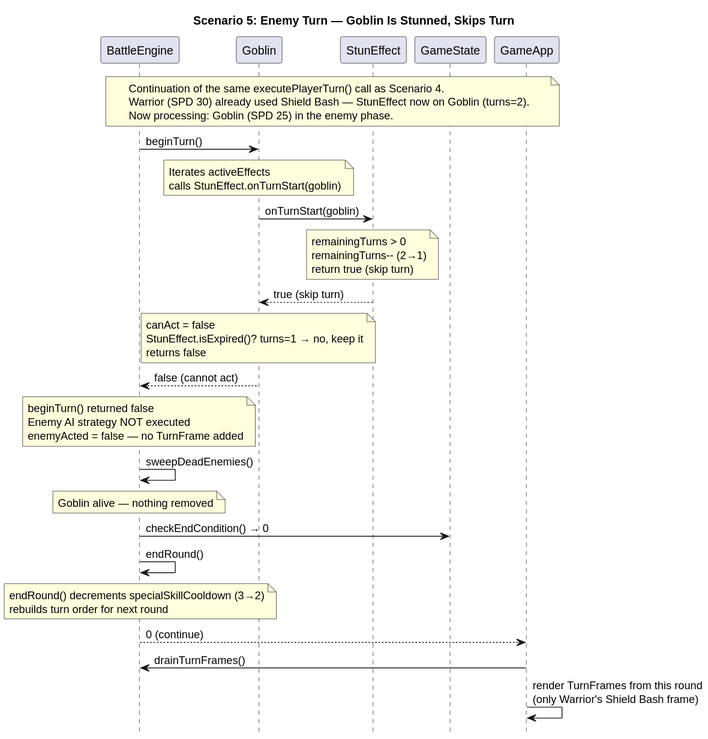
Earlier version of the PlantUML export newdiag/sequence/Sequence_5.svg (YongzhangLiu/sc2002-combat-arena). Source of this version:
```plantuml
@startuml
hide footbox
title Scenario 5: Enemy Turn — Goblin Is Stunned, Skips Turn

participant "BattleEngine" as Engine
participant "Goblin" as Goblin
participant "StunEffect" as Stun
participant "GameState" as State
participant "GameApp" as App

note over Engine, App
  Continuation of the same executePlayerTurn() call as Scenario 4.
  Warrior (SPD 30) already used Shield Bash — StunEffect now on Goblin (turns=2).
  Now processing: Goblin (SPD 25) in the enemy phase.
end note

Engine -> Goblin : beginTurn()
note over Goblin : Iterates activeEffects\ncalls StunEffect.onTurnStart(goblin)
Goblin -> Stun : onTurnStart(goblin)
note over Stun : remainingTurns > 0\nremainingTurns-- (2→1)\nreturn true (skip turn)
Stun --> Goblin : true (skip turn)
note over Goblin : canAct = false\nStunEffect.isExpired()? turns=1 → no, keep it\nreturns false
Goblin --> Engine : false (cannot act)

note over Engine : beginTurn() returned false\nEnemy AI strategy NOT executed\nenemyActed = false — no TurnFrame added

Engine -> Engine : sweepDeadEnemies()
note over Engine : Goblin alive — nothing removed

Engine -> State : checkEndCondition() → 0
Engine -> Engine : endRound()
note over Engine : endRound() decrements specialSkillCooldown (3→2)\nrebuilds turn order for next round

Engine --> App : 0 (continue)
App -> Engine : drainTurnFrames()
App -> App : render TurnFrames from this round\n(only Warrior's Shield Bash frame)
@enduml
```
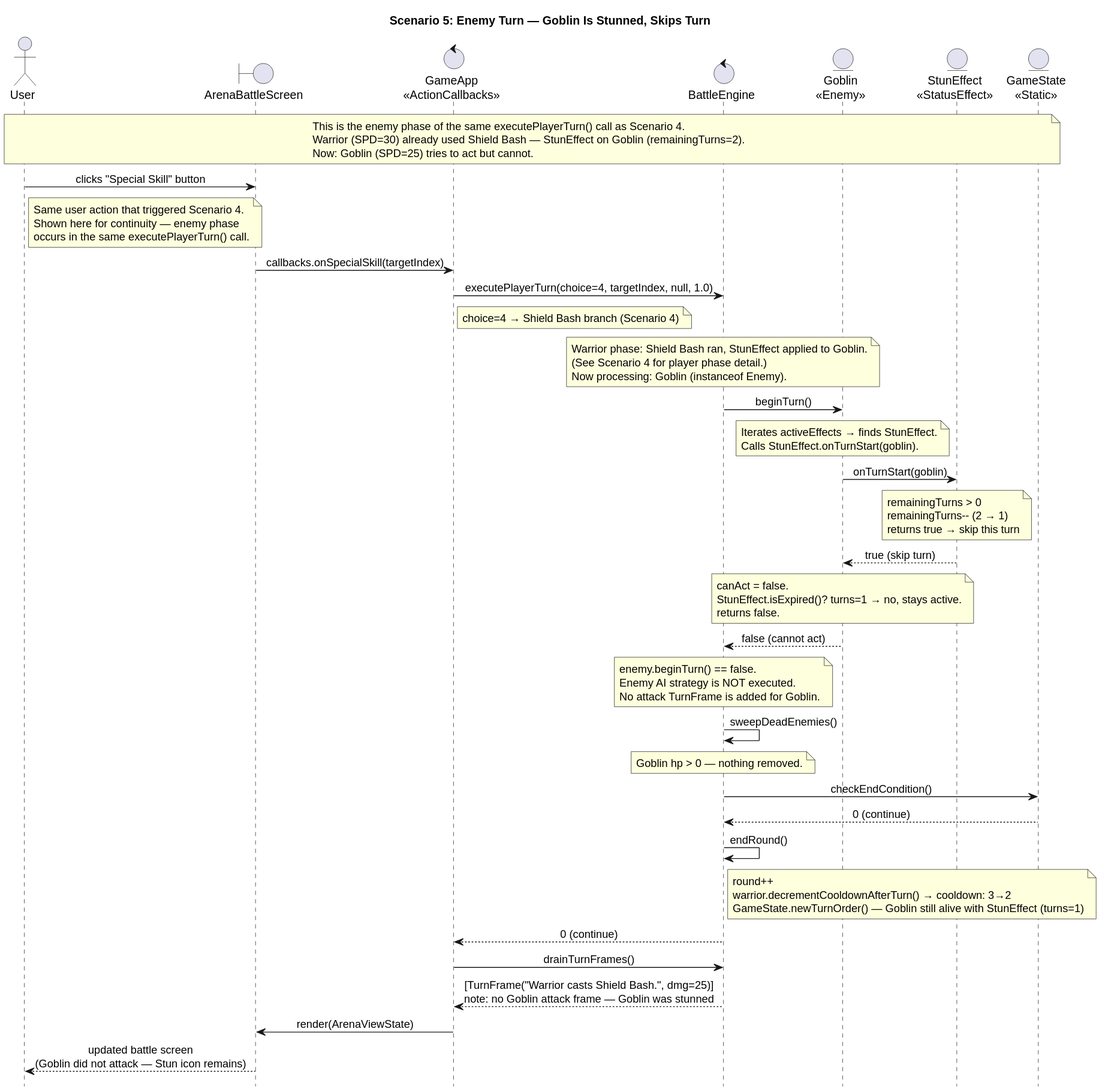
The same diagram one commit later.

What changed in the source:
```diff
@@ -2,36 +2,81 @@
 hide footbox
 title Scenario 5: Enemy Turn — Goblin Is Stunned, Skips Turn
 
-participant "BattleEngine" as Engine
-participant "Goblin" as Goblin
-participant "StunEffect" as Stun
-participant "GameState" as State
-participant "GameApp" as App
+skinparam sequenceMessageAlign center
+skinparam responseMessageBelowArrow true
 
-note over Engine, App
-  Continuation of the same executePlayerTurn() call as Scenario 4.
-  Warrior (SPD 30) already used Shield Bash — StunEffect now on Goblin (turns=2).
-  Now processing: Goblin (SPD 25) in the enemy phase.
+actor       "User"                         as User
+boundary    "ArenaBattleScreen"            as Screen
+control     "GameApp\n<<ActionCallbacks>>" as App
+control     "BattleEngine"                 as Engine
+entity      "Goblin\n<<Enemy>>"            as Goblin
+entity      "StunEffect\n<<StatusEffect>>" as Stun
+entity      "GameState\n<<Static>>"        as State
+
+note over User, State
+  This is the enemy phase of the same executePlayerTurn() call as Scenario 4.
+  Warrior (SPD=30) already used Shield Bash — StunEffect on Goblin (remainingTurns=2).
+  Now: Goblin (SPD=25) tries to act but cannot.
+end note
+
+User -> Screen : clicks "Special Skill" button
+note right of User
+  Same user action that triggered Scenario 4.
+  Shown here for continuity — enemy phase
+  occurs in the same executePlayerTurn() call.
+end note
+
+Screen -> App : callbacks.onSpecialSkill(targetIndex)
+App -> Engine : executePlayerTurn(choice=4, targetIndex, null, 1.0)
+note right of App : choice=4 → Shield Bash branch (Scenario 4)
+
+note over Engine
+  Warrior phase: Shield Bash ran, StunEffect applied to Goblin.
+  (See Scenario 4 for player phase detail.)
+  Now processing: Goblin (instanceof Enemy).
 end note
 
 Engine -> Goblin : beginTurn()
-note over Goblin : Iterates activeEffects\ncalls StunEffect.onTurnStart(goblin)
+note over Goblin
+  Iterates activeEffects → finds StunEffect.
+  Calls StunEffect.onTurnStart(goblin).
+end note
 Goblin -> Stun : onTurnStart(goblin)
-note over Stun : remainingTurns > 0\nremainingTurns-- (2→1)\nreturn true (skip turn)
+note over Stun
+  remainingTurns > 0
+  remainingTurns-- (2 → 1)
+  returns true → skip this turn
+end note
 Stun --> Goblin : true (skip turn)
-note over Goblin : canAct = false\nStunEffect.isExpired()? turns=1 → no, keep it\nreturns false
+
+note over Goblin
+  canAct = false.
+  StunEffect.isExpired()? turns=1 → no, stays active.
+  returns false.
+end note
 Goblin --> Engine : false (cannot act)
 
-note over Engine : beginTurn() returned false\nEnemy AI strategy NOT executed\nenemyActed = false — no TurnFrame added
+note over Engine
+  enemy.beginTurn() == false.
+  Enemy AI strategy is NOT executed.
+  No attack TurnFrame is added for Goblin.
+end note
 
 Engine -> Engine : sweepDeadEnemies()
-note over Engine : Goblin alive — nothing removed
+note over Engine : Goblin hp > 0 — nothing removed.
 
-Engine -> State : checkEndCondition() → 0
+Engine -> State : checkEndCondition()
+State --> Engine : 0 (continue)
 Engine -> Engine : endRound()
-note over Engine : endRound() decrements specialSkillCooldown (3→2)\nrebuilds turn order for next round
+note right of Engine
+  round++
+  warrior.decrementCooldownAfterTurn() → cooldown: 3→2
+  GameState.newTurnOrder() — Goblin still alive with StunEffect (turns=1)
+end note
+Engine --> App : 0 (continue)
 
-Engine --> App : 0 (continue)
 App -> Engine : drainTurnFrames()
-App -> App : render TurnFrames from this round\n(only Warrior's Shield Bash frame)
+Engine --> App : [TurnFrame("Warrior casts Shield Bash.", dmg=25)]\nnote: no Goblin attack frame — Goblin was stunned
+App -> Screen : render(ArenaViewState)
+Screen --> User : updated battle screen\n(Goblin did not attack — Stun icon remains)
 @enduml
```
